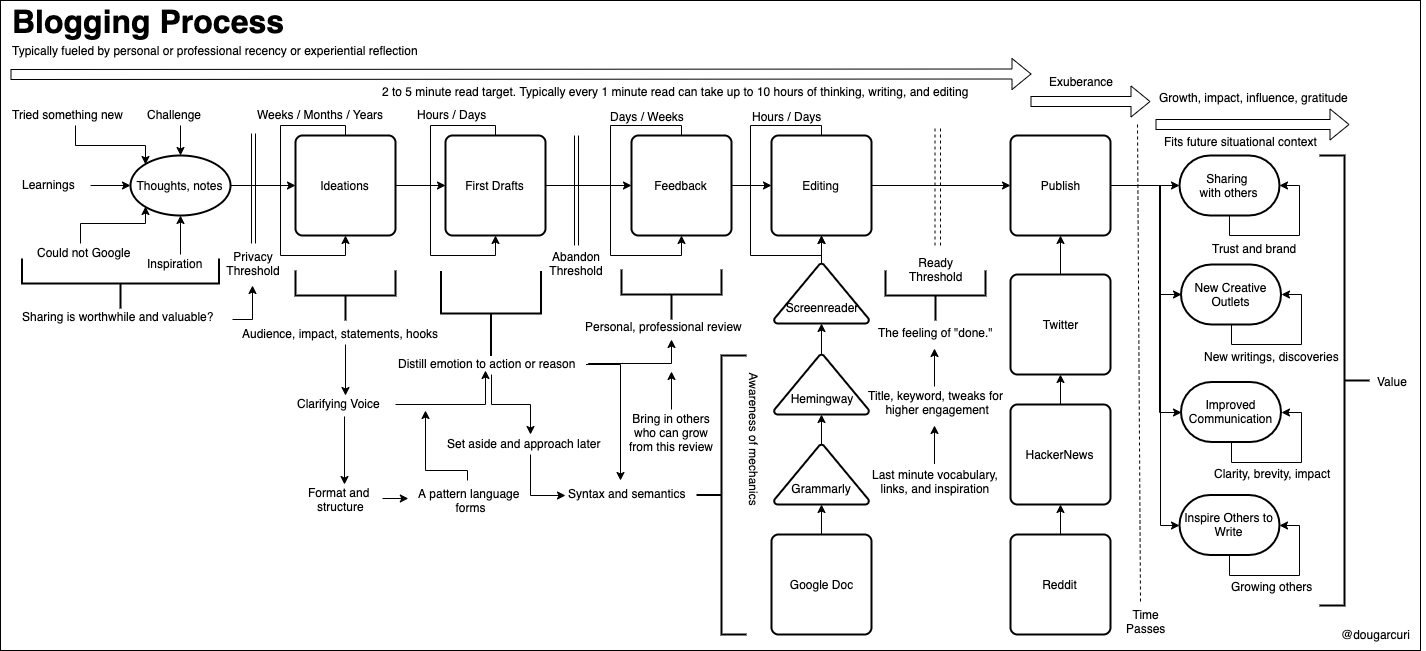
The draw.io diagram mentoring/diagrams/blogging-process.png in solidi/learning-notes, before a commit. Source tidied: cells renumbered, new cells last; positions are measured from the earlier drawing's top-left corner, leaving out a move shared by most shapes.
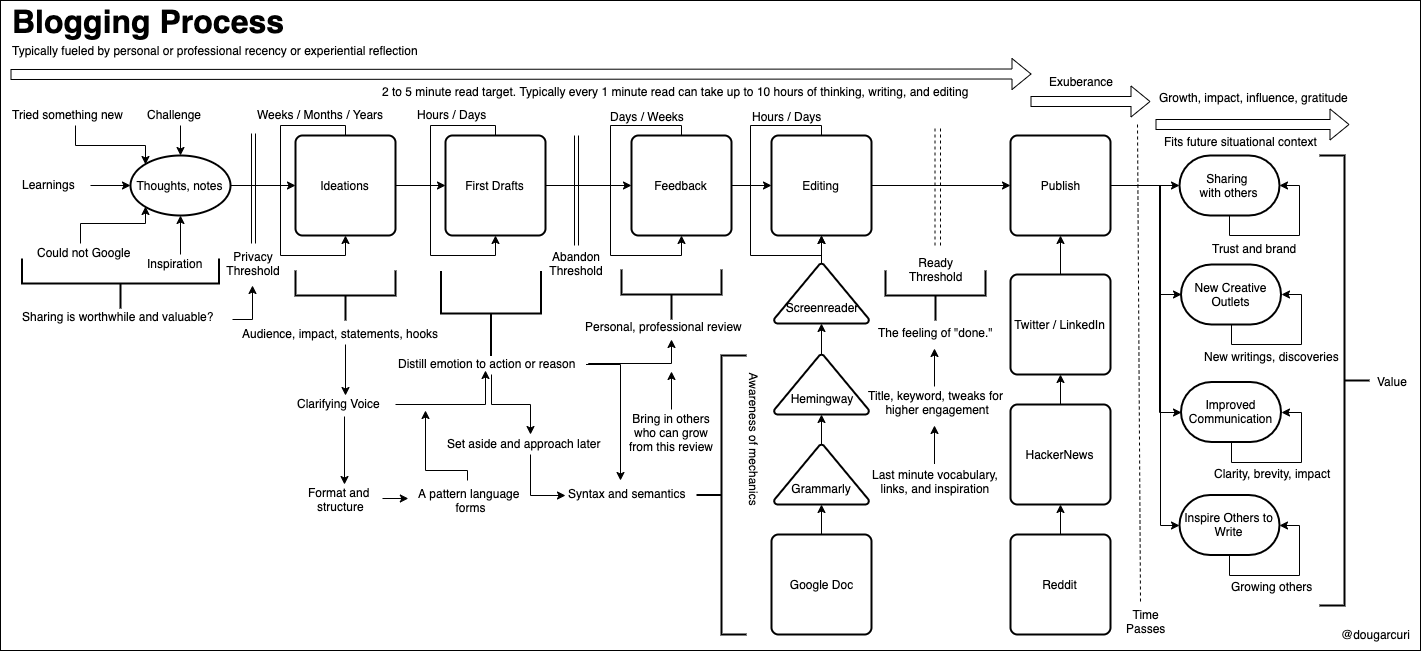
Above is the later version.

Commit message:
Add linkedin to the blog diagram

Change to the diagram source:
```diff
@@ -101,7 +101,7 @@
     <mxCell id="23" style="edgeStyle=orthogonalEdgeStyle;rounded=0;jettySize=auto;html=1;exitX=0.5;exitY=0;exitDx=0;exitDy=0;entryX=0.5;entryY=1;entryDx=0;entryDy=0;" parent="1" edge="1" source="24" target="20">
       <mxGeometry relative="1" as="geometry" />
     </mxCell>
-    <mxCell id="24" value="Twitter" style="rounded=1;whiteSpace=wrap;html=1;absoluteArcSize=1;arcSize=14;strokeWidth=2;" parent="1" vertex="1">
+    <mxCell id="24" value="Twitter / LinkedIn" style="rounded=1;whiteSpace=wrap;html=1;absoluteArcSize=1;arcSize=14;strokeWidth=2;" parent="1" vertex="1">
       <mxGeometry x="1010" y="274" width="100" height="100" as="geometry" />
     </mxCell>
     <mxCell id="25" style="edgeStyle=orthogonalEdgeStyle;rounded=0;jettySize=auto;html=1;exitX=0.5;exitY=0;exitDx=0;exitDy=0;entryX=0.5;entryY=1;entryDx=0;entryDy=0;" parent="1" edge="1" source="26" target="22">
```
